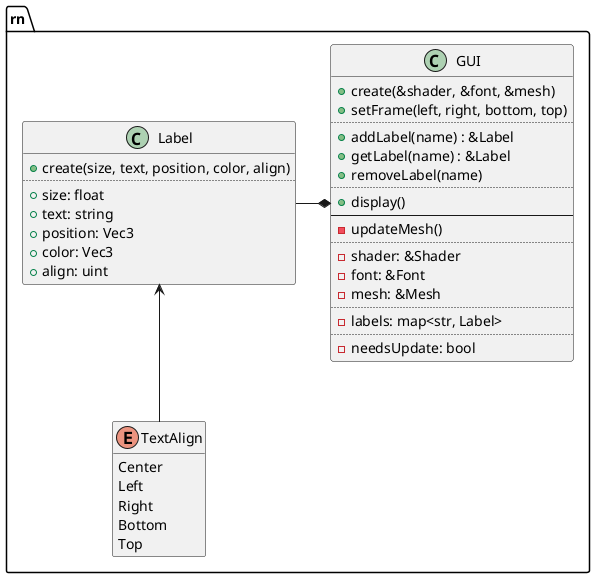
Above: design/gui.png in ba6er/marblemaze (PlantUML), before the change.
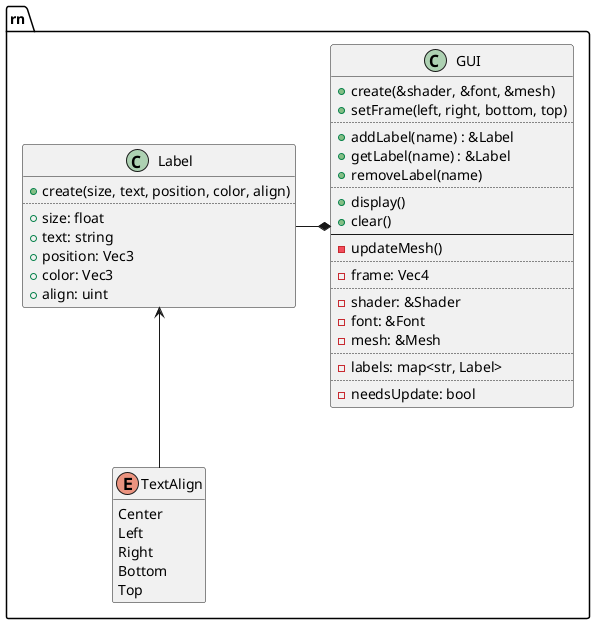
After the change.

Change to the diagram source:
```diff
@@ -10,8 +10,11 @@
 	+removeLabel(name)
 	..
 	+display()
+	+clear()
 	--
 	-updateMesh()
+	..
+	-frame: Vec4
 	..
 	-shader: &Shader
 	-font: &Font
```
